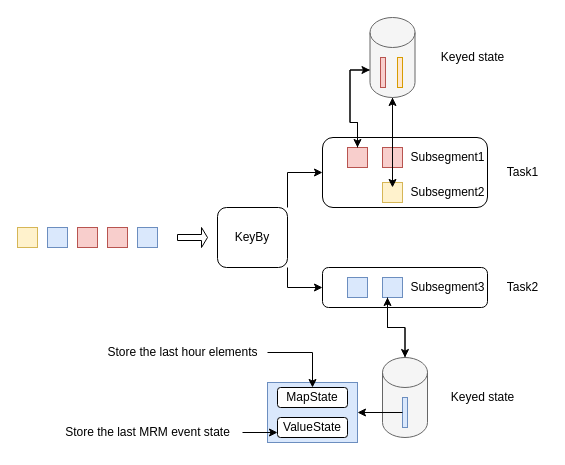
The draw.io diagram Untitled Diagram.drawio in ponyFan/Basenote, before the edit. Source tidied: cells renumbered, new cells numbered last; positions are measured from the earlier drawing's top-left corner, leaving out a move shared by most shapes. Both pictures are drawn from the tidied source at 100%, with x=0, y=0 at pixel (17, 17).
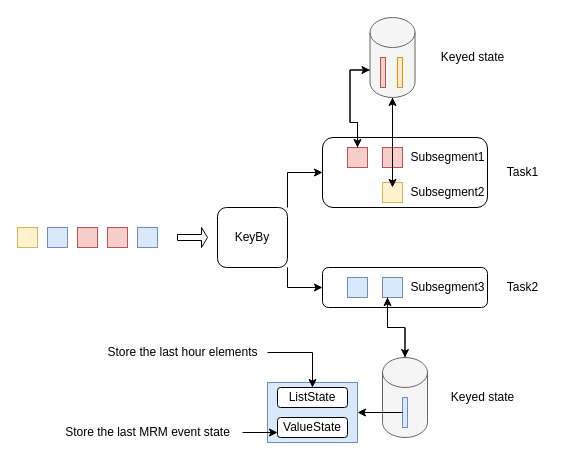
After the change.

Unchanged cells that the change refers to:
```xml
<mxCell id="2" style="group;" parent="1" vertex="1">
  <mxGeometry width="530" height="430" as="geometry" />
</mxCell>
```

What changed in the source:
```diff
@@
-    <mxCell id="39" value="MapState" style="rounded=1;whiteSpace=wrap;html=1;" parent="2" vertex="1">
+    <mxCell id="39" value="ListState" style="rounded=1;whiteSpace=wrap;html=1;" parent="2" vertex="1">
       <mxGeometry x="260" y="370" width="70" height="20" as="geometry" />
     </mxCell>
```
